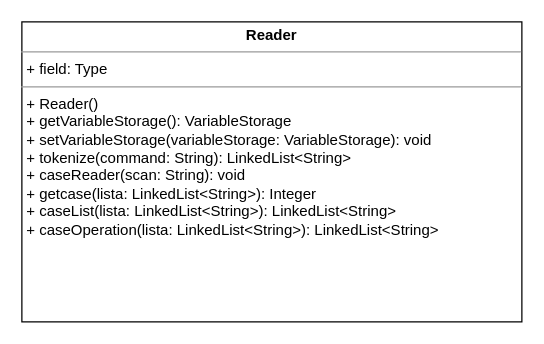
Before: Proyecto1/Fases/Fase2/Class Diagram.drawio in DiggsPapu/Proyect1_Lisp_Interpreter, a draw.io diagram. Source tidied: cells renumbered, new cells numbered last; positions are measured from the earlier drawing's top-left corner, leaving out a move shared by most shapes. Both pictures are drawn from the tidied source at 125%, with x=0, y=0 at pixel (21, 21).
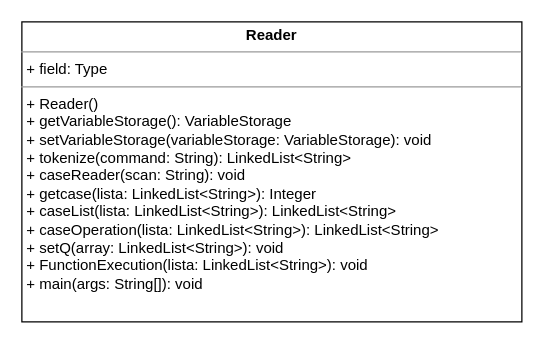
The same page after the edit.

Diff of the diagram source:
```diff
@@
 <mxGraphModel>
   <root>
     <mxCell id="0" />
     <mxCell id="1" parent="0" />
-    <mxCell id="2" value="&lt;p style=&quot;margin: 0px ; margin-top: 4px ; text-align: center&quot;&gt;&lt;b&gt;Reader&lt;/b&gt;&lt;/p&gt;&lt;hr size=&quot;1&quot;&gt;&lt;p style=&quot;margin: 0px ; margin-left: 4px&quot;&gt;+ field: Type&lt;/p&gt;&lt;hr size=&quot;1&quot;&gt;&lt;p style=&quot;margin: 0px ; margin-left: 4px&quot;&gt;+ Reader()&lt;br&gt;&lt;/p&gt;&lt;p style=&quot;margin: 0px ; margin-left: 4px&quot;&gt;+ getVariableStorage(): VariableStorage&lt;/p&gt;&lt;p style=&quot;margin: 0px ; margin-left: 4px&quot;&gt;+&amp;nbsp;setVariableStorage(variableStorage: VariableStorage): void&lt;/p&gt;&lt;p style=&quot;margin: 0px ; margin-left: 4px&quot;&gt;+ tokenize(command: String): LinkedList&amp;lt;String&amp;gt;&lt;/p&gt;&lt;p style=&quot;margin: 0px ; margin-left: 4px&quot;&gt;+ caseReader(scan: String): void&lt;/p&gt;&lt;p style=&quot;margin: 0px ; margin-left: 4px&quot;&gt;+ getcase(lista: LinkedList&amp;lt;String&amp;gt;): Integer&lt;/p&gt;&lt;p style=&quot;margin: 0px ; margin-left: 4px&quot;&gt;+ caseList(lista: LinkedList&amp;lt;String&amp;gt;): LinkedList&amp;lt;String&amp;gt;&lt;/p&gt;&lt;p style=&quot;margin: 0px ; margin-left: 4px&quot;&gt;+ caseOperation(lista: LinkedList&amp;lt;String&amp;gt;): LinkedList&amp;lt;String&amp;gt;&lt;/p&gt;" style="verticalAlign=top;align=left;overflow=fill;fontSize=12;fontFamily=Helvetica;html=1;" parent="1" vertex="1">
+    <mxCell id="2" value="&lt;p style=&quot;margin: 0px ; margin-top: 4px ; text-align: center&quot;&gt;&lt;b&gt;Reader&lt;/b&gt;&lt;/p&gt;&lt;hr size=&quot;1&quot;&gt;&lt;p style=&quot;margin: 0px ; margin-left: 4px&quot;&gt;+ field: Type&lt;/p&gt;&lt;hr size=&quot;1&quot;&gt;&lt;p style=&quot;margin: 0px ; margin-left: 4px&quot;&gt;+ Reader()&lt;br&gt;&lt;/p&gt;&lt;p style=&quot;margin: 0px ; margin-left: 4px&quot;&gt;+ getVariableStorage(): VariableStorage&lt;/p&gt;&lt;p style=&quot;margin: 0px ; margin-left: 4px&quot;&gt;+&amp;nbsp;setVariableStorage(variableStorage: VariableStorage): void&lt;/p&gt;&lt;p style=&quot;margin: 0px ; margin-left: 4px&quot;&gt;+ tokenize(command: String): LinkedList&amp;lt;String&amp;gt;&lt;/p&gt;&lt;p style=&quot;margin: 0px ; margin-left: 4px&quot;&gt;+ caseReader(scan: String): void&lt;/p&gt;&lt;p style=&quot;margin: 0px ; margin-left: 4px&quot;&gt;+ getcase(lista: LinkedList&amp;lt;String&amp;gt;): Integer&lt;/p&gt;&lt;p style=&quot;margin: 0px ; margin-left: 4px&quot;&gt;+ caseList(lista: LinkedList&amp;lt;String&amp;gt;): LinkedList&amp;lt;String&amp;gt;&lt;/p&gt;&lt;p style=&quot;margin: 0px ; margin-left: 4px&quot;&gt;+ caseOperation(lista: LinkedList&amp;lt;String&amp;gt;): LinkedList&amp;lt;String&amp;gt;&lt;/p&gt;&lt;p style=&quot;margin: 0px ; margin-left: 4px&quot;&gt;+ setQ(array: LinkedList&amp;lt;String&amp;gt;): void&lt;/p&gt;&lt;p style=&quot;margin: 0px ; margin-left: 4px&quot;&gt;+ FunctionExecution(lista: LinkedList&amp;lt;String&amp;gt;): void&lt;/p&gt;&lt;p style=&quot;margin: 0px ; margin-left: 4px&quot;&gt;+ main(args: String[]): void&lt;/p&gt;" style="verticalAlign=top;align=left;overflow=fill;fontSize=12;fontFamily=Helvetica;html=1;" parent="1" vertex="1">
       <mxGeometry width="400" height="240" as="geometry" />
     </mxCell>
   </root>
 </mxGraphModel>
```
